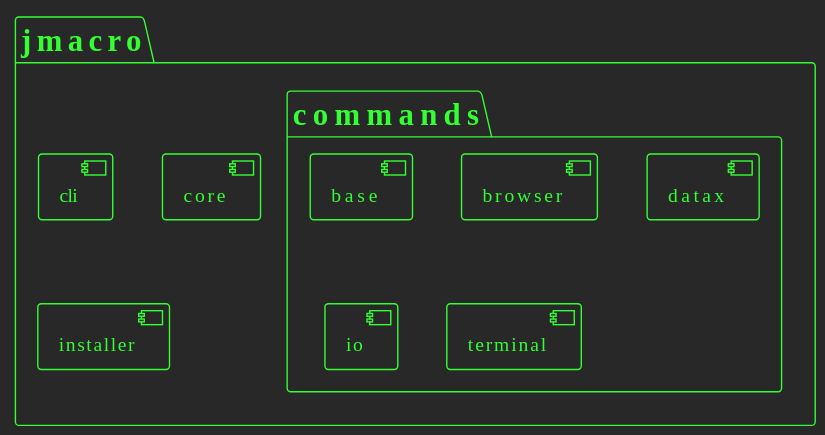
The PlantUML diagram jmacro-docs/src/main/diagrams/svg/modules.svg in giflw/jmacro, before a commit.
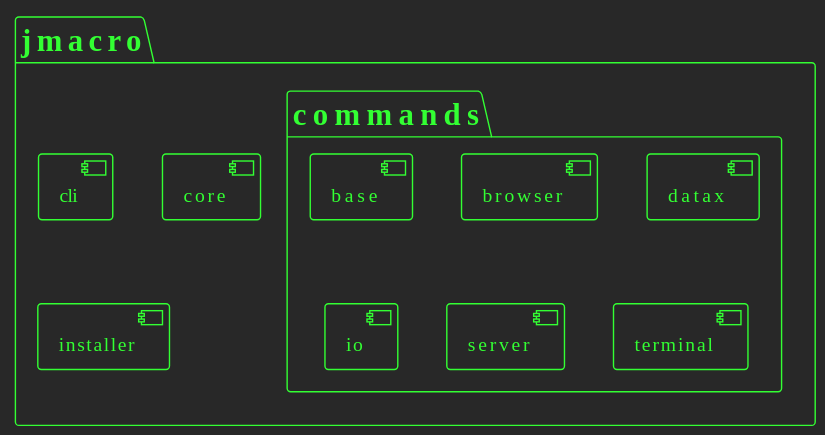
The same file after the commit.

Change to the diagram source:
```diff
@@ -7,6 +7,7 @@
         [browser]
         [datax]
         [io]
+        [server]
         [terminal]
     }
     [core]
```
